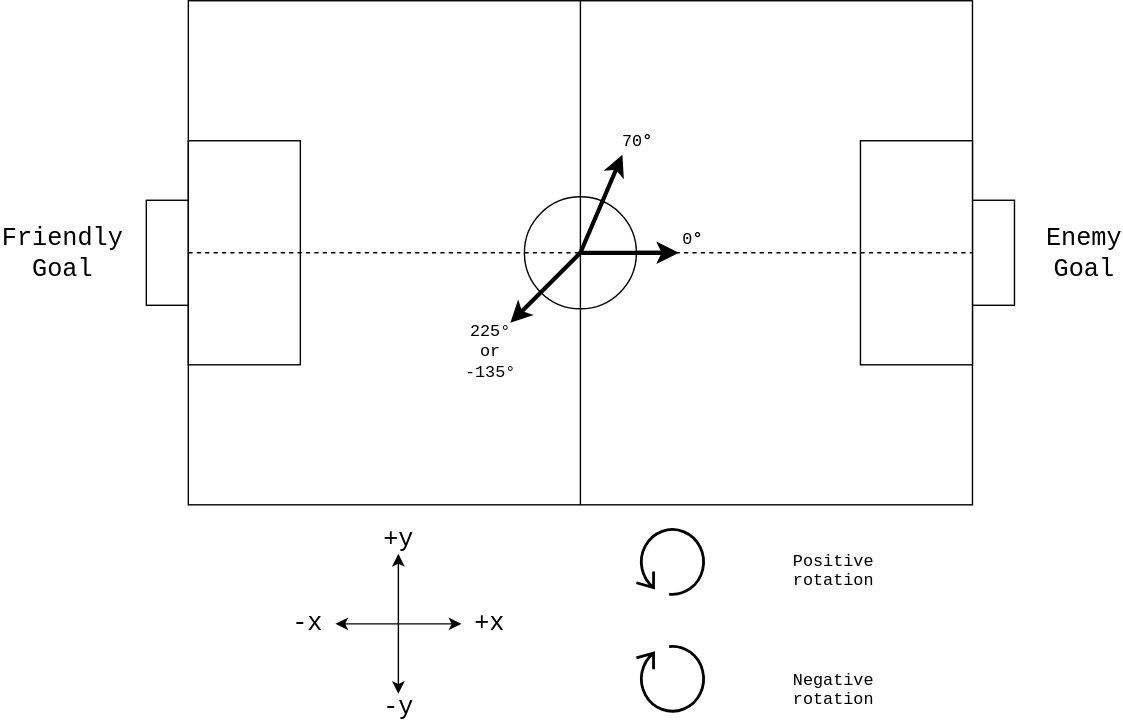
UBC-Thunderbots/Software keeps this draw.io diagram as docs/images/coordinate_and_angle_convention_diagram.svg. Above is the earlier version. Source tidied: cells renumbered, new cells last; positions are measured from the earlier drawing's top-left corner, leaving out a move shared by most shapes. Source of this version:
```xml
<mxGraphModel>
  <root>
    <mxCell id="0" />
    <mxCell id="1" parent="0" />
    <mxCell id="2" style="rounded=0;whiteSpace=wrap;html=1;" parent="1" vertex="1">
      <mxGeometry x="110" width="560" height="360" as="geometry" />
    </mxCell>
    <mxCell id="3" style="rounded=0;whiteSpace=wrap;html=1;" parent="1" vertex="1">
      <mxGeometry x="80" y="142.5" width="30" height="75" as="geometry" />
    </mxCell>
    <mxCell id="4" style="rounded=0;whiteSpace=wrap;html=1;" parent="1" vertex="1">
      <mxGeometry x="670" y="142.5" width="30" height="75" as="geometry" />
    </mxCell>
    <mxCell id="5" style="rounded=0;whiteSpace=wrap;html=1;" parent="1" vertex="1">
      <mxGeometry x="110" y="100" width="80" height="160" as="geometry" />
    </mxCell>
    <mxCell id="6" style="rounded=0;whiteSpace=wrap;html=1;" parent="1" vertex="1">
      <mxGeometry x="590" y="100" width="80" height="160" as="geometry" />
    </mxCell>
    <mxCell id="7" value="Friendly Goal" style="text;html=1;strokeColor=none;fillColor=none;align=center;verticalAlign=middle;whiteSpace=wrap;rounded=0;fontFamily=Courier New;fontSize=18;" parent="1" vertex="1">
      <mxGeometry y="170" width="40" height="20" as="geometry" />
    </mxCell>
    <mxCell id="8" value="Enemy Goal" style="text;html=1;strokeColor=none;fillColor=none;align=center;verticalAlign=middle;whiteSpace=wrap;rounded=0;fontFamily=Courier New;fontSize=18;" parent="1" vertex="1">
      <mxGeometry x="730" y="170" width="40" height="20" as="geometry" />
    </mxCell>
    <mxCell id="9" style="endArrow=classic;startArrow=classic;html=1;fontFamily=Courier New;fontSize=18;" parent="1" edge="1">
      <mxGeometry relative="1" as="geometry">
        <mxPoint x="215" y="445" as="sourcePoint" />
        <mxPoint x="305" y="445" as="targetPoint" />
      </mxGeometry>
    </mxCell>
    <mxCell id="10" style="endArrow=classic;startArrow=classic;html=1;fontFamily=Courier New;fontSize=18;" parent="1" edge="1">
      <mxGeometry relative="1" as="geometry">
        <mxPoint x="260" y="395" as="sourcePoint" />
        <mxPoint x="260" y="495" as="targetPoint" />
      </mxGeometry>
    </mxCell>
    <mxCell id="11" value="+x" style="text;html=1;strokeColor=none;fillColor=none;align=center;verticalAlign=middle;whiteSpace=wrap;rounded=0;fontFamily=Courier New;fontSize=18;" parent="1" vertex="1">
      <mxGeometry x="310" y="435" width="30" height="20" as="geometry" />
    </mxCell>
    <mxCell id="12" value="-x" style="text;html=1;strokeColor=none;fillColor=none;align=center;verticalAlign=middle;whiteSpace=wrap;rounded=0;fontFamily=Courier New;fontSize=18;" parent="1" vertex="1">
      <mxGeometry x="180" y="435" width="30" height="20" as="geometry" />
    </mxCell>
    <mxCell id="13" value="+y" style="text;html=1;strokeColor=none;fillColor=none;align=center;verticalAlign=middle;whiteSpace=wrap;rounded=0;fontFamily=Courier New;fontSize=18;" parent="1" vertex="1">
      <mxGeometry x="245" y="375" width="30" height="20" as="geometry" />
    </mxCell>
    <mxCell id="14" value="-y" style="text;html=1;strokeColor=none;fillColor=none;align=center;verticalAlign=middle;whiteSpace=wrap;rounded=0;fontFamily=Courier New;fontSize=18;" parent="1" vertex="1">
      <mxGeometry x="245" y="495" width="30" height="20" as="geometry" />
    </mxCell>
    <mxCell id="15" style="endArrow=none;dashed=1;html=1;entryX=1;entryY=0.5;entryDx=0;entryDy=0;exitX=0;exitY=0.5;exitDx=0;exitDy=0;jumpSize=15;strokeWidth=1;" parent="1" edge="1" source="24" target="6">
      <mxGeometry relative="1" as="geometry" />
    </mxCell>
    <mxCell id="16" style="endArrow=classic;html=1;strokeWidth=3;" parent="1" edge="1">
      <mxGeometry relative="1" as="geometry">
        <mxPoint x="390" y="180" as="sourcePoint" />
        <mxPoint x="460" y="180" as="targetPoint" />
      </mxGeometry>
    </mxCell>
    <mxCell id="17" value="0&lt;b&gt;°&lt;/b&gt;" style="text;html=1;strokeColor=none;fillColor=none;align=center;verticalAlign=middle;whiteSpace=wrap;rounded=0;fontFamily=Courier New;" parent="1" vertex="1">
      <mxGeometry x="450" y="160" width="40" height="20" as="geometry" />
    </mxCell>
    <mxCell id="18" value="225°&lt;br&gt;or&lt;br&gt;-135°" style="text;html=1;strokeColor=none;fillColor=none;align=center;verticalAlign=middle;whiteSpace=wrap;rounded=0;fontFamily=Courier New;" parent="1" vertex="1">
      <mxGeometry x="305" y="240" width="40" height="20" as="geometry" />
    </mxCell>
    <mxCell id="19" value="70&lt;b&gt;°&lt;/b&gt;" style="text;html=1;strokeColor=none;fillColor=none;align=center;verticalAlign=middle;whiteSpace=wrap;rounded=0;fontFamily=Courier New;" parent="1" vertex="1">
      <mxGeometry x="410" y="90" width="40" height="20" as="geometry" />
    </mxCell>
    <mxCell id="20" style="shape=mxgraph.bpmn.loop;html=1;fontFamily=Courier New;strokeWidth=2;" parent="1" vertex="1">
      <mxGeometry x="430" y="375" width="50" height="50" as="geometry" />
    </mxCell>
    <mxCell id="21" style="shape=mxgraph.bpmn.loop;html=1;fontFamily=Courier New;fontStyle=0;flipV=1;strokeWidth=2;" parent="1" vertex="1">
      <mxGeometry x="430" y="460" width="50" height="50" as="geometry" />
    </mxCell>
    <mxCell id="22" value="Positive rotation" style="text;html=1;strokeColor=none;fillColor=none;align=center;verticalAlign=middle;whiteSpace=wrap;rounded=0;fontFamily=Courier New;" parent="1" vertex="1">
      <mxGeometry x="490" y="390" width="160" height="20" as="geometry" />
    </mxCell>
    <mxCell id="23" value="Negative rotation" style="text;html=1;strokeColor=none;fillColor=none;align=center;verticalAlign=middle;whiteSpace=wrap;rounded=0;fontFamily=Courier New;" parent="1" vertex="1">
      <mxGeometry x="505" y="475" width="130" height="20" as="geometry" />
    </mxCell>
    <mxCell id="24" style="ellipse;whiteSpace=wrap;html=1;" parent="1" vertex="1">
      <mxGeometry x="350" y="140" width="80" height="80" as="geometry" />
    </mxCell>
    <mxCell id="25" style="endArrow=none;dashed=1;html=1;entryX=1;entryY=0.5;entryDx=0;entryDy=0;exitX=0;exitY=0.5;exitDx=0;exitDy=0;jumpSize=15;strokeWidth=1;" parent="1" edge="1" source="5" target="24">
      <mxGeometry relative="1" as="geometry" />
    </mxCell>
    <mxCell id="26" style="endArrow=none;html=1;entryX=0.5;entryY=0;entryDx=0;entryDy=0;exitX=0.5;exitY=1;exitDx=0;exitDy=0;" parent="1" edge="1" source="2" target="2">
      <mxGeometry relative="1" as="geometry" />
    </mxCell>
    <mxCell id="27" style="endArrow=classic;html=1;strokeWidth=3;fontFamily=Courier New;" parent="1" edge="1">
      <mxGeometry relative="1" as="geometry">
        <mxPoint x="390" y="180" as="sourcePoint" />
        <mxPoint x="420" y="110" as="targetPoint" />
      </mxGeometry>
    </mxCell>
    <mxCell id="28" style="endArrow=classic;html=1;strokeWidth=3;" parent="1" edge="1">
      <mxGeometry relative="1" as="geometry">
        <mxPoint x="390" y="180" as="sourcePoint" />
        <mxPoint x="460" y="180" as="targetPoint" />
      </mxGeometry>
    </mxCell>
    <mxCell id="29" style="endArrow=classic;html=1;strokeWidth=3;fontFamily=Courier New;" parent="1" edge="1">
      <mxGeometry relative="1" as="geometry">
        <mxPoint x="390" y="180" as="sourcePoint" />
        <mxPoint x="340" y="230" as="targetPoint" />
      </mxGeometry>
    </mxCell>
  </root>
</mxGraphModel>
```
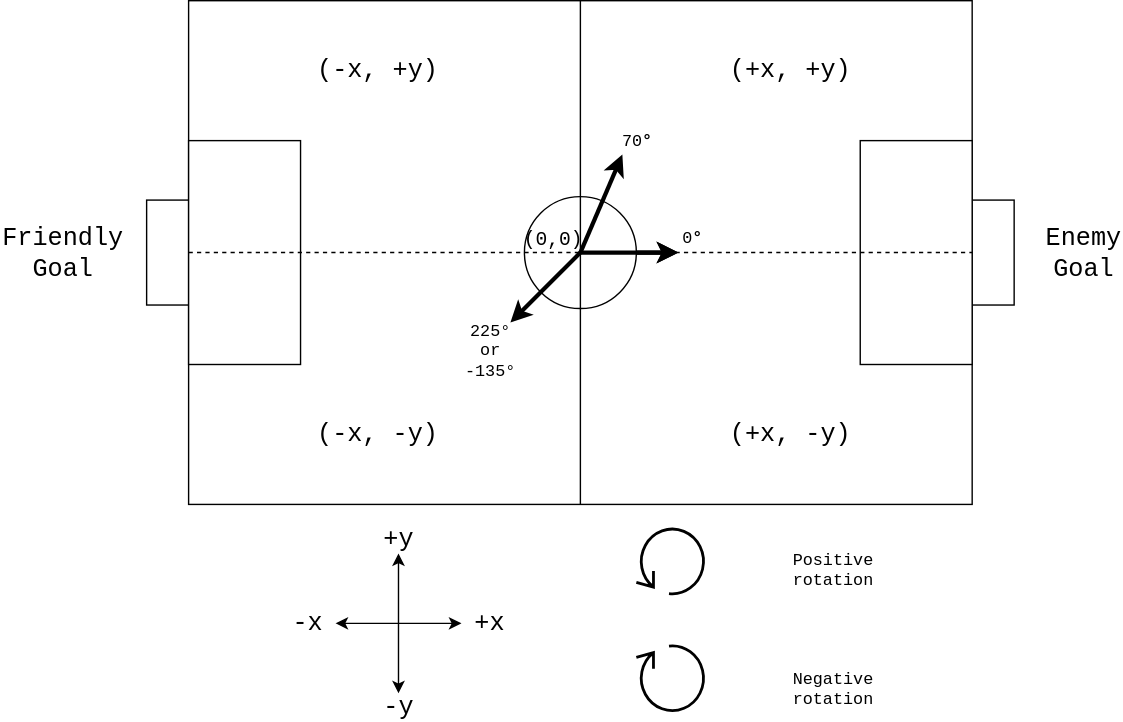
Above is the later version.

Diff of the diagram source:
```diff
@@ -104,5 +104,20 @@
         <mxPoint x="340" y="230" as="targetPoint" />
       </mxGeometry>
     </mxCell>
+    <mxCell id="30" value="&lt;font style=&quot;font-size: 18px&quot;&gt;(+x, +y)&lt;/font&gt;" style="text;html=1;strokeColor=none;fillColor=none;align=center;verticalAlign=middle;whiteSpace=wrap;rounded=0;fontSize=16;fontFamily=Courier New;" parent="1" vertex="1">
+      <mxGeometry x="490" y="40" width="100" height="20" as="geometry" />
+    </mxCell>
+    <mxCell id="31" value="&lt;font style=&quot;font-size: 18px&quot;&gt;(+x, -y)&lt;/font&gt;" style="text;html=1;strokeColor=none;fillColor=none;align=center;verticalAlign=middle;whiteSpace=wrap;rounded=0;fontSize=16;fontFamily=Courier New;" parent="1" vertex="1">
+      <mxGeometry x="490" y="300" width="100" height="20" as="geometry" />
+    </mxCell>
+    <mxCell id="32" value="&lt;font style=&quot;font-size: 18px&quot;&gt;(-x, +y)&lt;/font&gt;" style="text;html=1;strokeColor=none;fillColor=none;align=center;verticalAlign=middle;whiteSpace=wrap;rounded=0;fontSize=16;fontFamily=Courier New;" parent="1" vertex="1">
+      <mxGeometry x="195" y="40" width="100" height="20" as="geometry" />
+    </mxCell>
+    <mxCell id="33" value="&lt;font style=&quot;font-size: 18px&quot;&gt;(-x, -y)&lt;/font&gt;" style="text;html=1;strokeColor=none;fillColor=none;align=center;verticalAlign=middle;whiteSpace=wrap;rounded=0;fontSize=16;fontFamily=Courier New;" parent="1" vertex="1">
+      <mxGeometry x="195" y="300" width="100" height="20" as="geometry" />
+    </mxCell>
+    <mxCell id="34" value="&lt;font style=&quot;font-size: 14px;&quot;&gt;(0,0)&lt;/font&gt;" style="text;html=1;strokeColor=none;fillColor=none;align=center;verticalAlign=middle;whiteSpace=wrap;rounded=0;fontSize=14;fontFamily=Courier New;" parent="1" vertex="1">
+      <mxGeometry x="345" y="160" width="50" height="20" as="geometry" />
+    </mxCell>
   </root>
 </mxGraphModel>
```
